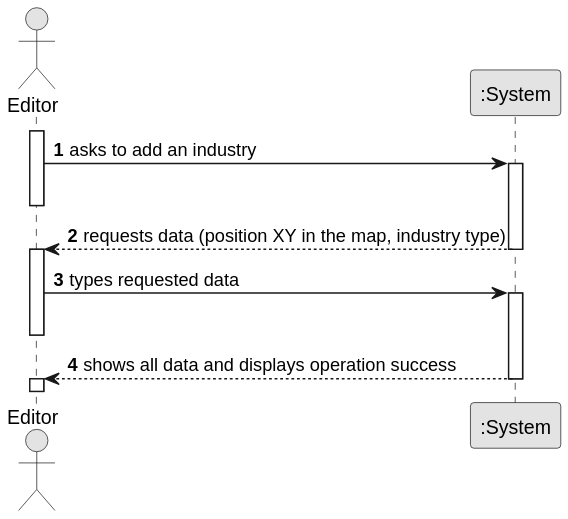
The PlantUML diagram docs/sprint1/us002/01.requirements-engineering/svg/us002-system-sequence-diagram.svg in ivasduarte/all-aboard, before a commit. Its diagram source:
```plantuml
@startuml
skinparam monochrome true
skinparam packageStyle rectangle
skinparam shadowing false

autonumber

actor "Editor" as Editor
participant ":System" as System

activate Editor

    Editor -> System : asks to add an industry
    activate System
    deactivate Editor

    System --> Editor : requests data (position XY in the map, industry type)
    deactivate System
    activate Editor

    Editor -> System : types requested data
    activate System
    deactivate Editor

    System --> Editor : shows all data and displays operation success
    deactivate System
    activate Editor
@enduml
```
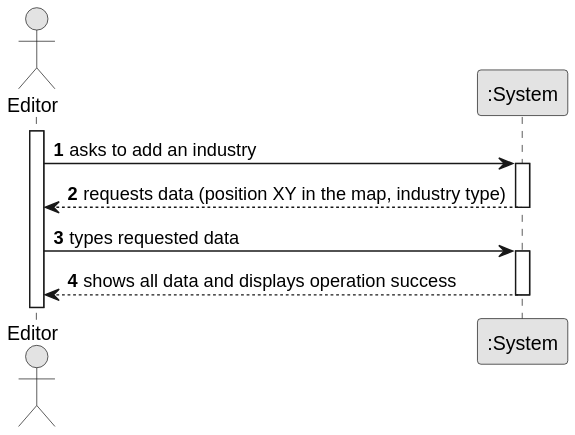
After the change.

What changed in the source:
```diff
@@ -12,17 +12,14 @@
 
     Editor -> System : asks to add an industry
     activate System
-    deactivate Editor
+
 
     System --> Editor : requests data (position XY in the map, industry type)
     deactivate System
-    activate Editor
 
     Editor -> System : types requested data
     activate System
-    deactivate Editor
 
     System --> Editor : shows all data and displays operation success
     deactivate System
-    activate Editor
 @enduml
```
